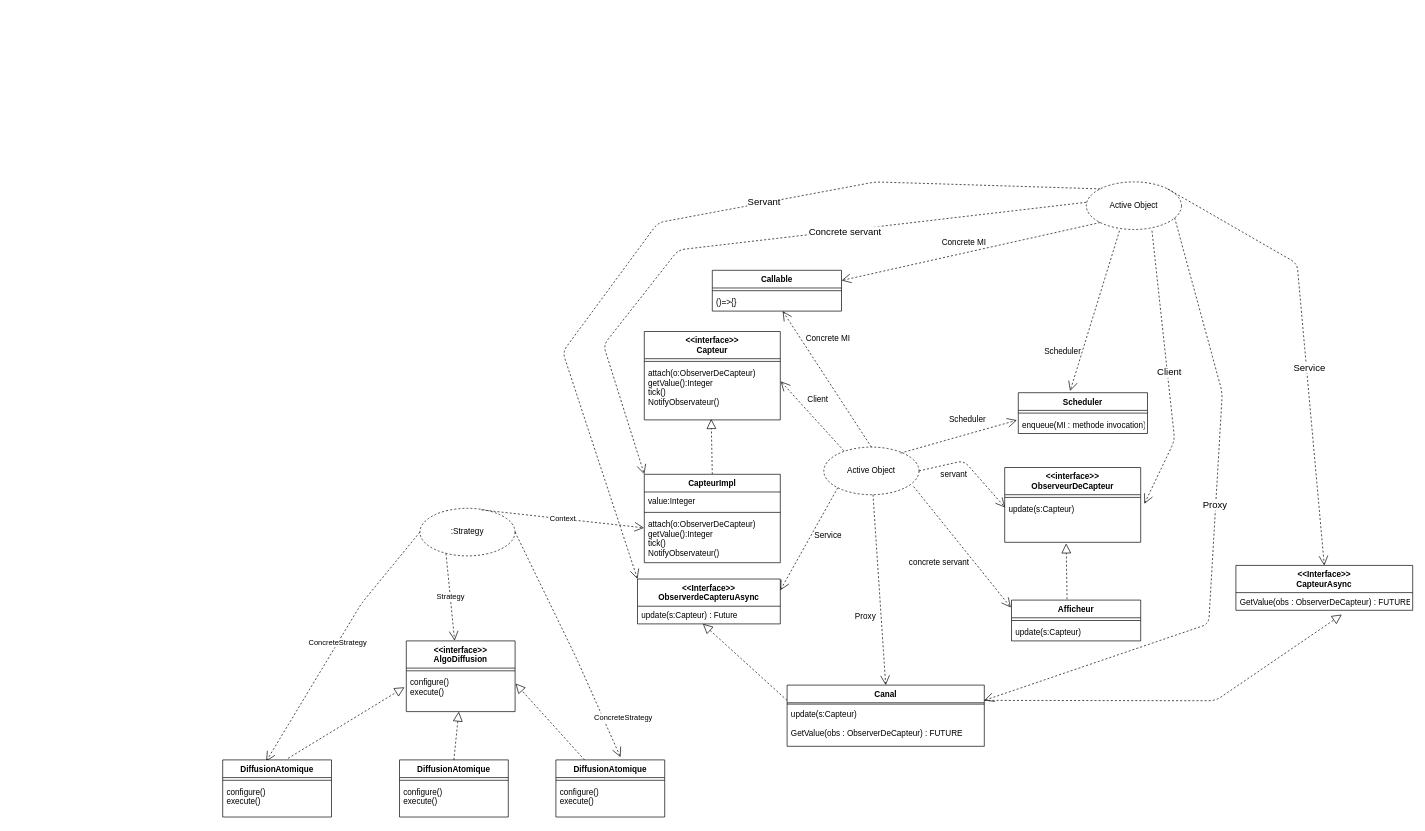
The draw.io diagram page "M1 types" (1 of 2) of M1 partiel.drawio in NicDemo/AOC, before the edit. Source tidied: cells renumbered, new cells numbered last; positions are measured from the earlier drawing's top-left corner, leaving out a move shared by most shapes. Both pictures are drawn from the tidied source at 68%, with x=0, y=0 at pixel (222, 182).
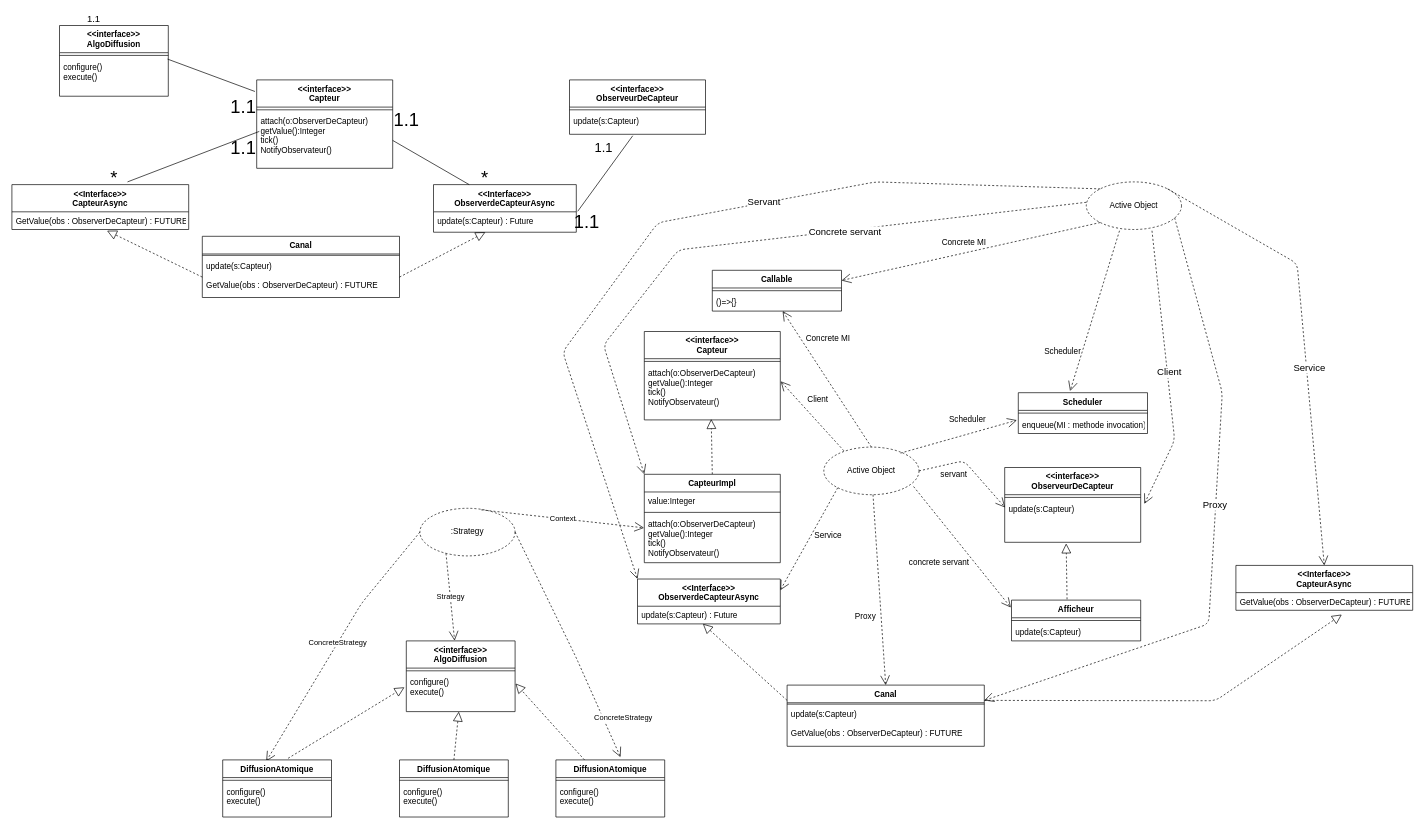
Above is the later version.

Change to the diagram source:
```diff
@@
-    <mxCell id="56" value="&lt;&lt;Interface&gt;&gt;&#10;ObserverdeCapteruAsync" style="swimlane;fontStyle=1;align=center;verticalAlign=top;horizontal=1;startSize=40;" parent="1" vertex="1">
+    <mxCell id="56" value="&lt;&lt;Interface&gt;&gt;&#10;ObserverdeCapteurAsync" style="swimlane;fontStyle=1;align=center;verticalAlign=top;horizontal=1;startSize=40;" parent="1" vertex="1">
       <mxGeometry x="610" y="584" width="210" height="66" as="geometry" />
     </mxCell>
@@
+    <mxCell id="84" value="&lt;&lt;interface&gt;&gt;&#10;AlgoDiffusion" style="swimlane;fontStyle=1;align=center;verticalAlign=top;horizontal=1;startSize=40;" parent="1" vertex="1">
+      <mxGeometry x="-240" y="-230" width="160" height="104" as="geometry" />
+    </mxCell>
+    <mxCell id="85" style="line;strokeWidth=1;fillColor=none;align=left;verticalAlign=middle;spacingTop=-1;spacingLeft=3;spacingRight=3;labelPosition=right;" parent="84" vertex="1">
+      <mxGeometry y="40" width="160" height="8" as="geometry" />
+    </mxCell>
+    <mxCell id="86" value="configure()&#10;execute()" style="text;strokeColor=none;fillColor=none;align=left;verticalAlign=top;spacingLeft=4;spacingRight=4;overflow=hidden;points=[[0,0.5],[1,0.5]];portConstraint=eastwest;" parent="84" vertex="1">
+      <mxGeometry y="48" width="160" height="56" as="geometry" />
+    </mxCell>
+    <mxCell id="87" value="&lt;&lt;interface&gt;&gt;&#10;Capteur" style="swimlane;fontStyle=1;align=center;verticalAlign=top;horizontal=1;startSize=40;" parent="1" vertex="1">
+      <mxGeometry x="50" y="-150" width="200" height="130" as="geometry" />
+    </mxCell>
+    <mxCell id="88" style="line;strokeWidth=1;fillColor=none;align=left;verticalAlign=middle;spacingTop=-1;spacingLeft=3;spacingRight=3;labelPosition=right;" parent="87" vertex="1">
+      <mxGeometry y="40" width="200" height="8" as="geometry" />
+    </mxCell>
+    <mxCell id="89" value="attach(o:ObserverDeCapteur)&#10;getValue():Integer&#10;tick()&#10;NotifyObservateur()" style="text;strokeColor=none;fillColor=none;align=left;verticalAlign=top;spacingLeft=4;spacingRight=4;overflow=hidden;points=[[0,0.5],[1,0.5]];portConstraint=eastwest;" parent="87" vertex="1">
+      <mxGeometry y="48" width="200" height="82" as="geometry" />
+    </mxCell>
+    <mxCell id="90" value="&lt;&lt;interface&gt;&gt;&#10;ObserveurDeCapteur" style="swimlane;fontStyle=1;align=center;verticalAlign=top;horizontal=1;startSize=40;" parent="1" vertex="1">
+      <mxGeometry x="510" y="-150" width="200" height="80" as="geometry" />
+    </mxCell>
+    <mxCell id="91" style="line;strokeWidth=1;fillColor=none;align=left;verticalAlign=middle;spacingTop=-1;spacingLeft=3;spacingRight=3;labelPosition=right;" parent="90" vertex="1">
+      <mxGeometry y="40" width="200" height="8" as="geometry" />
+    </mxCell>
+    <mxCell id="92" value="update(s:Capteur)" style="text;strokeColor=none;fillColor=none;align=left;verticalAlign=top;spacingLeft=4;spacingRight=4;overflow=hidden;points=[[0,0.5],[1,0.5]];portConstraint=eastwest;" parent="90" vertex="1">
+      <mxGeometry y="48" width="200" height="32" as="geometry" />
+    </mxCell>
+    <mxCell id="93" value="&lt;&lt;Interface&gt;&gt;&#10;ObserverdeCapteurAsync" style="swimlane;fontStyle=1;align=center;verticalAlign=top;horizontal=1;startSize=40;" parent="1" vertex="1">
+      <mxGeometry x="310" y="4" width="210" height="70" as="geometry" />
+    </mxCell>
+    <mxCell id="94" value="update(s:Capteur) : Future" style="text;strokeColor=none;fillColor=none;align=left;verticalAlign=top;spacingLeft=4;spacingRight=4;overflow=hidden;points=[[0,0.5],[1,0.5]];portConstraint=eastwest;" parent="93" vertex="1">
+      <mxGeometry y="40" width="210" height="30" as="geometry" />
+    </mxCell>
+    <mxCell id="95" style="line;strokeWidth=1;fillColor=none;align=left;verticalAlign=middle;spacingTop=-1;spacingLeft=3;spacingRight=3;labelPosition=right;" parent="93" vertex="1">
+      <mxGeometry y="70" width="210" as="geometry" />
+    </mxCell>
+    <mxCell id="96" value="1.1" style="text;html=1;align=center;verticalAlign=middle;strokeColor=none;fillColor=none;fontSize=14;" parent="1" vertex="1">
+      <mxGeometry x="-210" y="-250" width="40" height="20" as="geometry" />
+    </mxCell>
+    <mxCell id="97" value="&lt;&lt;Interface&gt;&gt;&#10;CapteurAsync" style="swimlane;fontStyle=1;align=center;verticalAlign=top;horizontal=1;startSize=40;" parent="1" vertex="1">
+      <mxGeometry x="-310" y="4" width="260" height="66" as="geometry" />
+    </mxCell>
+    <mxCell id="98" value="GetValue(obs : ObserverDeCapteur) : FUTURE" style="text;strokeColor=none;fillColor=none;align=left;verticalAlign=top;spacingLeft=4;spacingRight=4;overflow=hidden;points=[[0,0.5],[1,0.5]];portConstraint=eastwest;" parent="97" vertex="1">
+      <mxGeometry y="40" width="260" height="26" as="geometry" />
+    </mxCell>
+    <mxCell id="99" style="line;strokeWidth=1;fillColor=none;align=left;verticalAlign=middle;spacingTop=-1;spacingLeft=3;spacingRight=3;labelPosition=right;" parent="97" vertex="1">
+      <mxGeometry y="66" width="260" as="geometry" />
+    </mxCell>
+    <mxCell id="100" value="&lt;font style=&quot;font-size: 19px&quot;&gt;1.1&lt;/font&gt;" style="text;html=1;align=center;verticalAlign=middle;strokeColor=none;fillColor=none;fontSize=14;" parent="1" vertex="1">
+      <mxGeometry x="540" y="-60" width="40" height="20" as="geometry" />
+    </mxCell>
+    <mxCell id="101" value="&lt;font style=&quot;font-size: 27px&quot;&gt;*&lt;/font&gt;" style="text;html=1;align=center;verticalAlign=middle;strokeColor=none;fillColor=none;fontSize=16;" parent="1" vertex="1">
+      <mxGeometry x="370" y="-20" width="30" height="30" as="geometry" />
+    </mxCell>
+    <mxCell id="102" value="1.1" style="text;html=1;align=center;verticalAlign=middle;strokeColor=none;fillColor=none;fontSize=27;" parent="1" vertex="1">
+      <mxGeometry x="245" y="-110" width="50" height="40" as="geometry" />
+    </mxCell>
+    <mxCell id="103" value="1.1" style="text;html=1;align=center;verticalAlign=middle;strokeColor=none;fillColor=none;fontSize=27;" parent="1" vertex="1">
+      <mxGeometry x="510" y="40" width="50" height="40" as="geometry" />
+    </mxCell>
+    <mxCell id="104" value="1.1" style="text;html=1;align=center;verticalAlign=middle;points=[];strokeColor=none;fillColor=none;fontSize=27;" parent="1" vertex="1">
+      <mxGeometry x="5" y="-70" width="50" height="40" as="geometry" />
+    </mxCell>
+    <mxCell id="105" value="*" style="text;html=1;align=center;verticalAlign=middle;strokeColor=none;fillColor=none;fontSize=27;" parent="1" vertex="1">
+      <mxGeometry x="-175" y="-25" width="30" height="40" as="geometry" />
+    </mxCell>
+    <mxCell id="106" value="1.1" style="text;html=1;align=center;verticalAlign=middle;points=[];strokeColor=none;fillColor=none;fontSize=27;" parent="1" vertex="1">
+      <mxGeometry x="5" y="-130" width="50" height="40" as="geometry" />
+    </mxCell>
+    <mxCell id="107" style="endArrow=none;html=1;rounded=0;fontSize=27;exitX=1.01;exitY=-0.026;exitDx=0;exitDy=0;exitPerimeter=0;entryX=0.465;entryY=1.066;entryDx=0;entryDy=0;entryPerimeter=0;" parent="1" edge="1" source="94" target="92">
+      <mxGeometry relative="1" as="geometry" />
+    </mxCell>
+    <mxCell id="108" style="endArrow=none;html=1;rounded=0;fontSize=27;exitX=0.25;exitY=0;exitDx=0;exitDy=0;entryX=1;entryY=0.5;entryDx=0;entryDy=0;" parent="1" edge="1" source="93" target="89">
+      <mxGeometry relative="1" as="geometry" />
+    </mxCell>
+    <mxCell id="109" style="endArrow=none;html=1;rounded=0;fontSize=27;exitX=0.993;exitY=0.025;exitDx=0;exitDy=0;exitPerimeter=0;entryX=0.849;entryY=-0.074;entryDx=0;entryDy=0;entryPerimeter=0;" parent="1" edge="1" source="86" target="106">
+      <mxGeometry relative="1" as="geometry" />
+    </mxCell>
+    <mxCell id="110" style="endArrow=none;html=1;rounded=0;fontSize=27;entryX=0.976;entryY=-0.106;entryDx=0;entryDy=0;entryPerimeter=0;" parent="1" edge="1" target="104">
+      <mxGeometry relative="1" as="geometry">
+        <mxPoint x="-140" as="sourcePoint" />
+      </mxGeometry>
+    </mxCell>
+    <mxCell id="111" value="Canal" style="swimlane;fontStyle=1;align=center;verticalAlign=top;horizontal=1;startSize=26;" parent="1" vertex="1">
+      <mxGeometry x="-30" y="80" width="290" height="90" as="geometry" />
+    </mxCell>
+    <mxCell id="112" style="line;strokeWidth=1;fillColor=none;align=left;verticalAlign=middle;spacingTop=-1;spacingLeft=3;spacingRight=3;labelPosition=right;" parent="111" vertex="1">
+      <mxGeometry y="26" width="290" height="4" as="geometry" />
+    </mxCell>
+    <mxCell id="113" value="update(s:Capteur)&#10;&#10;GetValue(obs : ObserverDeCapteur) : FUTURE&#10;" style="text;strokeColor=none;fillColor=none;align=left;verticalAlign=top;spacingLeft=4;spacingRight=4;overflow=hidden;points=[[0,0.5],[1,0.5]];portConstraint=eastwest;" parent="111" vertex="1">
+      <mxGeometry y="30" width="290" height="60" as="geometry" />
+    </mxCell>
+    <mxCell id="114" style="endArrow=block;dashed=1;endFill=0;endSize=12;html=1;exitX=1;exitY=0.5;exitDx=0;exitDy=0;" parent="1" edge="1" source="113" target="94">
+      <mxGeometry relative="1" as="geometry" />
+    </mxCell>
+    <mxCell id="115" style="endArrow=block;dashed=1;endFill=0;endSize=12;html=1;exitX=0;exitY=0.5;exitDx=0;exitDy=0;entryX=0.538;entryY=1.069;entryDx=0;entryDy=0;entryPerimeter=0;" parent="1" edge="1" source="113" target="98">
+      <mxGeometry relative="1" as="geometry" />
+    </mxCell>
```
